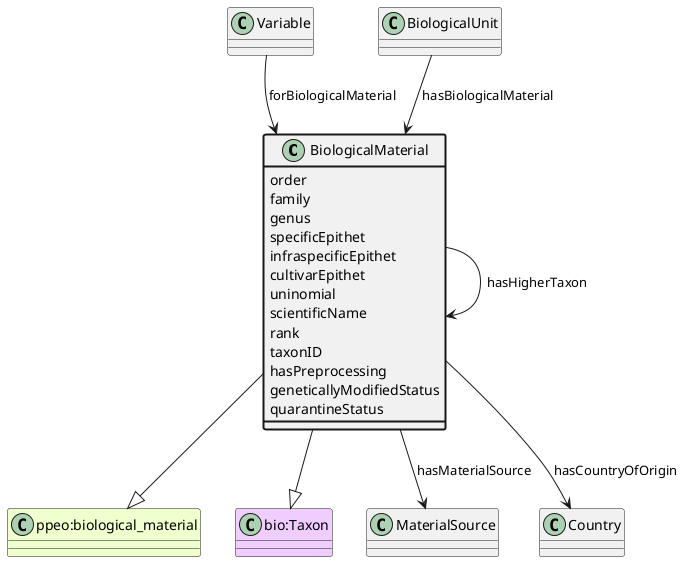
Earlier version of the PlantUML export ttl_uml/ttl_appn_BiologicalMaterial.png (aus-plant-phenomics-network/appn-schema). Its diagram source:
```plantuml
@startuml
class BiologicalMaterial  #line.bold
class "ppeo:biological_material" #EEFFCC
BiologicalMaterial --|> "ppeo:biological_material"
class "bio:Taxon" #EECCFF
BiologicalMaterial --|> "bio:Taxon"
class Variable
Variable --> BiologicalMaterial : forBiologicalMaterial
class BiologicalUnit
BiologicalUnit --> BiologicalMaterial : hasBiologicalMaterial
BiologicalMaterial --> BiologicalMaterial : hasHigherTaxon
class MaterialSource
BiologicalMaterial --> MaterialSource : hasMaterialSource
class BiologicalMaterial #line.bold {
    order
}
class BiologicalMaterial #line.bold {
    family
}
class BiologicalMaterial #line.bold {
    genus
}
class BiologicalMaterial #line.bold {
    specificEpithet
}
class BiologicalMaterial #line.bold {
    infraspecificEpithet
}
class BiologicalMaterial #line.bold {
    cultivarEpithet
}
class BiologicalMaterial #line.bold {
    uninomial
}
class BiologicalMaterial #line.bold {
    scientificName
}
class BiologicalMaterial #line.bold {
    rank
}
class BiologicalMaterial #line.bold {
    taxonID
}
class BiologicalMaterial #line.bold {
    hasPreprocessing
}
class BiologicalMaterial #line.bold {
    geneticallyModifiedStatus
}
class BiologicalMaterial #line.bold {
    quarantineStatus
}
class Country
BiologicalMaterial --> Country : hasCountryOfOrigin
@enduml
```
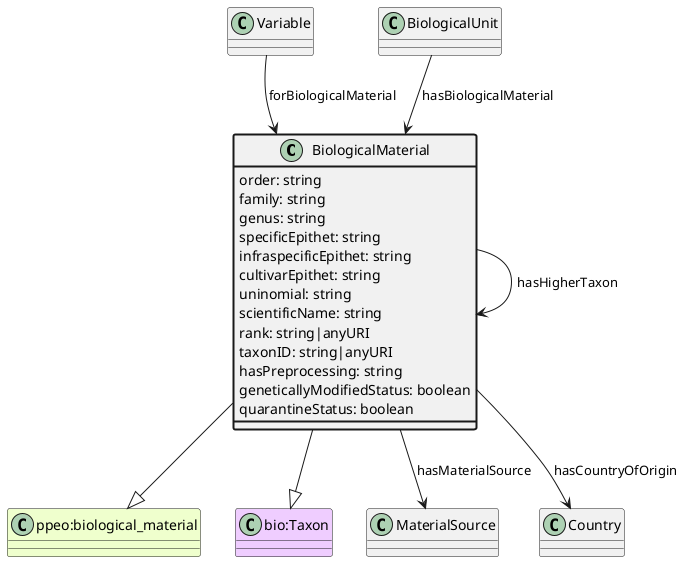
After the change.

What changed in the source:
```diff
@@ -12,43 +12,43 @@
 class MaterialSource
 BiologicalMaterial --> MaterialSource : hasMaterialSource
 class BiologicalMaterial #line.bold {
-    order
+    order: string
 }
 class BiologicalMaterial #line.bold {
-    family
+    family: string
 }
 class BiologicalMaterial #line.bold {
-    genus
+    genus: string
 }
 class BiologicalMaterial #line.bold {
-    specificEpithet
+    specificEpithet: string
 }
 class BiologicalMaterial #line.bold {
-    infraspecificEpithet
+    infraspecificEpithet: string
 }
 class BiologicalMaterial #line.bold {
-    cultivarEpithet
+    cultivarEpithet: string
 }
 class BiologicalMaterial #line.bold {
-    uninomial
+    uninomial: string
 }
 class BiologicalMaterial #line.bold {
-    scientificName
+    scientificName: string
 }
 class BiologicalMaterial #line.bold {
-    rank
+    rank: string|anyURI
 }
 class BiologicalMaterial #line.bold {
-    taxonID
+    taxonID: string|anyURI
 }
 class BiologicalMaterial #line.bold {
-    hasPreprocessing
+    hasPreprocessing: string
 }
 class BiologicalMaterial #line.bold {
-    geneticallyModifiedStatus
+    geneticallyModifiedStatus: boolean
 }
 class BiologicalMaterial #line.bold {
-    quarantineStatus
+    quarantineStatus: boolean
 }
 class Country
 BiologicalMaterial --> Country : hasCountryOfOrigin
```
